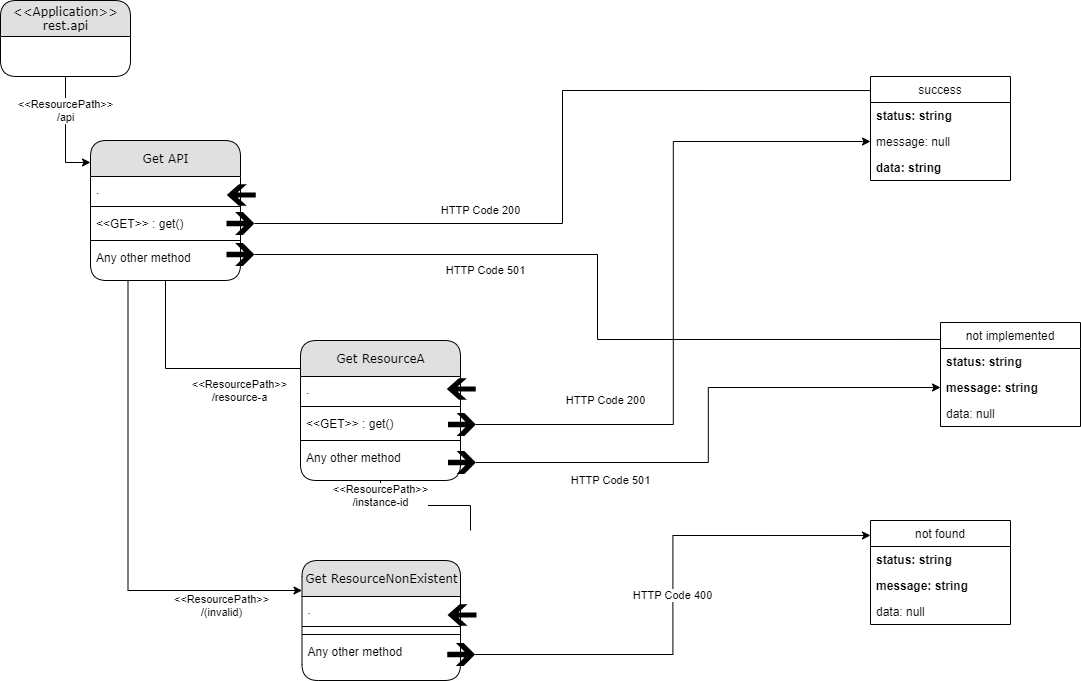
This is rest-api/documents/restapi-logic-diagram.png from MariMendM/cpp-sandbox, a draw.io export, as it was before one commit. Source tidied: cells renumbered, new cells last; positions are measured from the earlier drawing's top-left corner, leaving out a move shared by most shapes.
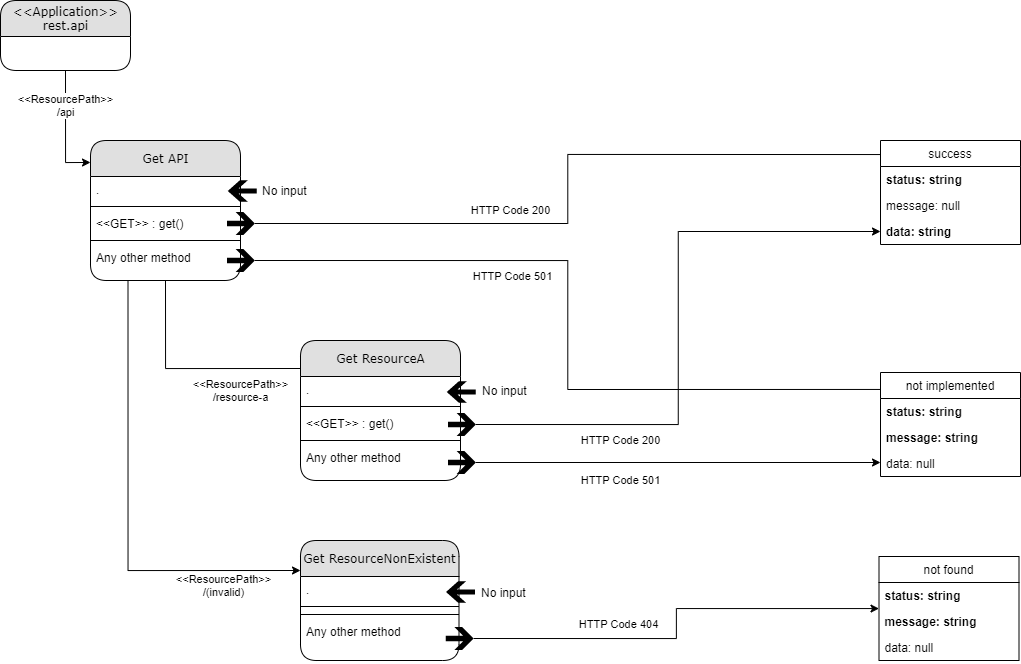
The same file after the commit.

Commit message:
Dependencies fix; documents update; code fix

Diff of the diagram source:
```diff
@@ -6,13 +6,13 @@
       <mxGeometry x="-0.39" relative="1" as="geometry" />
     </mxCell>
     <mxCell id="3" value="&amp;lt;&amp;lt;Application&amp;gt;&amp;gt;&lt;br&gt;rest.api" style="swimlane;html=1;fontStyle=0;horizontal=1;startSize=36;fillColor=#e0e0e0;swimlaneFillColor=#ffffff;align=center;rounded=1;shadow=0;comic=0;labelBackgroundColor=none;strokeWidth=1;fontFamily=Verdana;fontSize=12;" parent="1" vertex="1">
-      <mxGeometry width="130" height="76" as="geometry" />
+      <mxGeometry width="130" height="70" as="geometry" />
     </mxCell>
     <mxCell id="4" value="HTTP Code 200" style="edgeStyle=orthogonalEdgeStyle;rounded=0;jettySize=auto;html=1;exitX=0.5;exitY=1;exitDx=0;exitDy=0;exitPerimeter=0;startArrow=none;endArrow=none;endFill=0;startFill=0;entryX=0;entryY=0.135;entryDx=0;entryDy=0;entryPerimeter=0;" parent="1" edge="1" source="38" target="5">
-      <mxGeometry x="-0.4" y="13" relative="1" as="geometry" />
+      <mxGeometry x="-0.26" y="13" relative="1" as="geometry" />
     </mxCell>
     <mxCell id="5" value="success" style="swimlane;fontStyle=0;horizontal=1;startSize=26;fillColor=none;" parent="1" vertex="1">
-      <mxGeometry x="870" y="76" width="140" height="104" as="geometry" />
+      <mxGeometry x="880" y="140" width="140" height="104" as="geometry" />
     </mxCell>
     <mxCell id="6" value="status: string" style="text;strokeColor=none;fillColor=none;align=left;verticalAlign=top;spacingLeft=4;spacingRight=4;overflow=hidden;fontStyle=1;" parent="5" vertex="1">
       <mxGeometry y="26" width="140" height="26" as="geometry" />
@@ -50,10 +50,10 @@
       <mxGeometry y="104" width="150" height="26" as="geometry" />
     </mxCell>
     <mxCell id="17" value="HTTP Code 501" style="edgeStyle=orthogonalEdgeStyle;rounded=0;jettySize=auto;html=1;exitX=0.5;exitY=1;exitDx=0;exitDy=0;exitPerimeter=0;startArrow=none;startFill=0;endArrow=none;endFill=0;entryX=0;entryY=0.163;entryDx=0;entryDy=0;entryPerimeter=0;" parent="1" edge="1" source="39" target="18">
-      <mxGeometry x="-0.4" y="-16" relative="1" as="geometry" />
+      <mxGeometry x="-0.32" y="-16" relative="1" as="geometry" />
     </mxCell>
     <mxCell id="18" value="not implemented" style="swimlane;fontStyle=0;horizontal=1;startSize=26;fillColor=none;" parent="1" vertex="1">
-      <mxGeometry x="940" y="322" width="140" height="104" as="geometry" />
+      <mxGeometry x="880" y="372" width="140" height="104" as="geometry" />
     </mxCell>
     <mxCell id="19" value="status: string" style="text;strokeColor=none;fillColor=none;align=left;verticalAlign=top;spacingLeft=4;spacingRight=4;overflow=hidden;fontStyle=1;" parent="18" vertex="1">
       <mxGeometry y="26" width="140" height="26" as="geometry" />
@@ -64,12 +64,6 @@
     <mxCell id="21" value="data: null" style="text;strokeColor=none;fillColor=none;align=left;verticalAlign=top;spacingLeft=4;spacingRight=4;overflow=hidden;" parent="18" vertex="1">
       <mxGeometry y="78" width="140" height="26" as="geometry" />
     </mxCell>
-    <mxCell id="22" value="&amp;lt;&amp;lt;ResourcePath&amp;gt;&amp;gt;&lt;br&gt;/instance-id" style="edgeStyle=orthogonalEdgeStyle;rounded=0;jettySize=auto;html=1;exitX=0.5;exitY=1;exitDx=0;exitDy=0;startArrow=none;startFill=0;endArrow=none;endFill=0;" parent="1" edge="1" source="23">
-      <mxGeometry x="-0.77" relative="1" as="geometry">
-        <mxPoint x="470" y="530" as="targetPoint" />
-        <mxPoint y="-1" as="offset" />
-      </mxGeometry>
-    </mxCell>
     <mxCell id="23" value="Get ResourceA" style="swimlane;html=1;fontStyle=0;horizontal=1;startSize=36;fillColor=#e0e0e0;swimlaneFillColor=#ffffff;align=center;rounded=1;shadow=0;comic=0;labelBackgroundColor=none;strokeWidth=1;fontFamily=Verdana;fontSize=12;" parent="1" vertex="1">
       <mxGeometry x="300" y="340" width="160" height="140" as="geometry" />
     </mxCell>
@@ -89,7 +83,7 @@
       <mxGeometry y="104" width="160" height="26" as="geometry" />
     </mxCell>
     <mxCell id="29" value="Get ResourceNonExistent" style="swimlane;html=1;fontStyle=0;horizontal=1;startSize=36;fillColor=#e0e0e0;swimlaneFillColor=#ffffff;align=center;rounded=1;shadow=0;comic=0;labelBackgroundColor=none;strokeWidth=1;fontFamily=Verdana;fontSize=12;" parent="1" vertex="1">
-      <mxGeometry x="301.5" y="560" width="158.5" height="120" as="geometry" />
+      <mxGeometry x="300" y="540" width="158.5" height="120" as="geometry" />
     </mxCell>
     <mxCell id="30" value="." style="text;strokeColor=none;fillColor=none;align=left;verticalAlign=top;spacingLeft=4;spacingRight=4;overflow=hidden;" parent="29" vertex="1">
       <mxGeometry y="36" width="158.5" height="26" as="geometry" />
@@ -104,40 +98,42 @@
       <mxGeometry y="78" width="158.5" height="26" as="geometry" />
     </mxCell>
     <mxCell id="34" style="shape=mxgraph.signs.travel.arrow_north;html=1;fillColor=#000000;strokeColor=none;verticalLabelPosition=bottom;verticalAlign=top;align=center;rotation=-90;" parent="1" vertex="1">
-      <mxGeometry x="450.8" y="600" width="21.5" height="29" as="geometry" />
+      <mxGeometry x="449.2" y="577" width="21.5" height="29" as="geometry" />
     </mxCell>
-    <mxCell id="35" value="HTTP Code 400" style="edgeStyle=orthogonalEdgeStyle;rounded=0;jettySize=auto;html=1;exitX=0.5;exitY=1;exitDx=0;exitDy=0;exitPerimeter=0;entryX=0;entryY=0.144;entryDx=0;entryDy=0;entryPerimeter=0;" parent="1" edge="1" source="36" target="45">
-      <mxGeometry relative="1" as="geometry" />
+    <mxCell id="35" value="HTTP Code 404" style="edgeStyle=orthogonalEdgeStyle;rounded=0;jettySize=auto;html=1;exitX=0.5;exitY=1;exitDx=0;exitDy=0;exitPerimeter=0;" parent="1" edge="1" source="36" target="45">
+      <mxGeometry x="-0.34" y="14" relative="1" as="geometry" />
     </mxCell>
     <mxCell id="36" style="shape=mxgraph.signs.travel.arrow_south;html=1;fillColor=#000000;strokeColor=none;verticalLabelPosition=bottom;verticalAlign=top;align=center;rotation=-90;" parent="1" vertex="1">
-      <mxGeometry x="449.2" y="640" width="23" height="28" as="geometry" />
+      <mxGeometry x="447.8" y="624" width="23" height="28" as="geometry" />
     </mxCell>
     <mxCell id="37" style="shape=mxgraph.signs.travel.arrow_north;html=1;fillColor=#000000;strokeColor=none;verticalLabelPosition=bottom;verticalAlign=top;align=center;rotation=-90;" parent="1" vertex="1">
-      <mxGeometry x="450" y="374" width="21.5" height="29" as="geometry" />
+      <mxGeometry x="450" y="377" width="21.5" height="29" as="geometry" />
     </mxCell>
     <mxCell id="38" style="shape=mxgraph.signs.travel.arrow_south;html=1;fillColor=#000000;strokeColor=none;verticalLabelPosition=bottom;verticalAlign=top;align=center;rotation=-90;" parent="1" vertex="1">
-      <mxGeometry x="228.5" y="209" width="23" height="28" as="geometry" />
+      <mxGeometry x="229" y="209" width="23" height="28" as="geometry" />
     </mxCell>
     <mxCell id="39" style="shape=mxgraph.signs.travel.arrow_south;html=1;fillColor=#000000;strokeColor=none;verticalLabelPosition=bottom;verticalAlign=top;align=center;rotation=-90;" parent="1" vertex="1">
-      <mxGeometry x="228.5" y="240" width="23" height="28" as="geometry" />
+      <mxGeometry x="229" y="246" width="23" height="28" as="geometry" />
     </mxCell>
-    <mxCell id="40" style="shape=mxgraph.signs.travel.arrow_north;html=1;fillColor=#000000;strokeColor=none;verticalLabelPosition=bottom;verticalAlign=top;align=center;rotation=-90;" parent="1" vertex="1">
-      <mxGeometry x="230" y="180" width="21.5" height="29" as="geometry" />
+    <mxCell id="40" style="shape=mxgraph.signs.travel.arrow_north;html=1;fillColor=#000000;strokeColor=none;verticalLabelPosition=bottom;verticalAlign=top;align=center;rotation=-90;horizontal=1;" parent="1" vertex="1">
+      <mxGeometry x="231" y="176" width="21.5" height="29" as="geometry" />
     </mxCell>
-    <mxCell id="41" value="HTTP Code 501" style="edgeStyle=orthogonalEdgeStyle;rounded=0;jettySize=auto;html=1;exitX=0.5;exitY=1;exitDx=0;exitDy=0;exitPerimeter=0;entryX=0;entryY=0.5;entryDx=0;entryDy=0;" parent="1" edge="1" source="42" target="20">
-      <mxGeometry x="-0.5" y="-18" relative="1" as="geometry" />
+    <mxCell id="41" value="HTTP Code 501" style="edgeStyle=orthogonalEdgeStyle;rounded=0;jettySize=auto;html=1;exitX=0.5;exitY=1;exitDx=0;exitDy=0;exitPerimeter=0;" parent="1" edge="1" source="42">
+      <mxGeometry x="-0.29" y="-18" relative="1" as="geometry">
+        <mxPoint x="880" y="462" as="targetPoint" />
+      </mxGeometry>
     </mxCell>
     <mxCell id="42" style="shape=mxgraph.signs.travel.arrow_south;html=1;fillColor=#000000;strokeColor=none;verticalLabelPosition=bottom;verticalAlign=top;align=center;rotation=-90;" parent="1" vertex="1">
       <mxGeometry x="450" y="448" width="23" height="28" as="geometry" />
     </mxCell>
-    <mxCell id="43" value="HTTP Code 200" style="edgeStyle=orthogonalEdgeStyle;rounded=0;jettySize=auto;html=1;exitX=0.5;exitY=1;exitDx=0;exitDy=0;exitPerimeter=0;entryX=0;entryY=0.5;entryDx=0;entryDy=0;" parent="1" edge="1" source="44" target="7">
-      <mxGeometry x="-0.62" y="24" relative="1" as="geometry" />
+    <mxCell id="43" value="HTTP Code 200" style="edgeStyle=orthogonalEdgeStyle;rounded=0;jettySize=auto;html=1;exitX=0.5;exitY=1;exitDx=0;exitDy=0;exitPerimeter=0;entryX=0;entryY=0.5;entryDx=0;entryDy=0;" parent="1" edge="1" source="44" target="8">
+      <mxGeometry x="-0.52" y="-16" relative="1" as="geometry" />
     </mxCell>
     <mxCell id="44" style="shape=mxgraph.signs.travel.arrow_south;html=1;fillColor=#000000;strokeColor=none;verticalLabelPosition=bottom;verticalAlign=top;align=center;rotation=-90;" parent="1" vertex="1">
       <mxGeometry x="450" y="410" width="23" height="28" as="geometry" />
     </mxCell>
     <mxCell id="45" value="not found" style="swimlane;fontStyle=0;horizontal=1;startSize=26;fillColor=none;" parent="1" vertex="1">
-      <mxGeometry x="870" y="520" width="140" height="104" as="geometry" />
+      <mxGeometry x="878.5" y="556" width="140" height="104" as="geometry" />
     </mxCell>
     <mxCell id="46" value="status: string" style="text;strokeColor=none;fillColor=none;align=left;verticalAlign=top;spacingLeft=4;spacingRight=4;overflow=hidden;fontStyle=1;" parent="45" vertex="1">
       <mxGeometry y="26" width="140" height="26" as="geometry" />
@@ -148,5 +144,14 @@
     <mxCell id="48" value="data: null" style="text;strokeColor=none;fillColor=none;align=left;verticalAlign=top;spacingLeft=4;spacingRight=4;overflow=hidden;" parent="45" vertex="1">
       <mxGeometry y="78" width="140" height="26" as="geometry" />
     </mxCell>
+    <mxCell id="49" value="No input" style="text;html=1;strokeColor=none;fillColor=none;align=left;verticalAlign=middle;whiteSpace=wrap;rounded=0;" parent="1" vertex="1">
+      <mxGeometry x="260" y="180" width="60" height="20" as="geometry" />
+    </mxCell>
+    <mxCell id="50" value="No input" style="text;html=1;strokeColor=none;fillColor=none;align=left;verticalAlign=middle;whiteSpace=wrap;rounded=0;" parent="1" vertex="1">
+      <mxGeometry x="480" y="380" width="60" height="20" as="geometry" />
+    </mxCell>
+    <mxCell id="51" value="No input" style="text;html=1;strokeColor=none;fillColor=none;align=left;verticalAlign=middle;whiteSpace=wrap;rounded=0;" parent="1" vertex="1">
+      <mxGeometry x="478.5" y="582" width="60" height="20" as="geometry" />
+    </mxCell>
   </root>
 </mxGraphModel>
```
